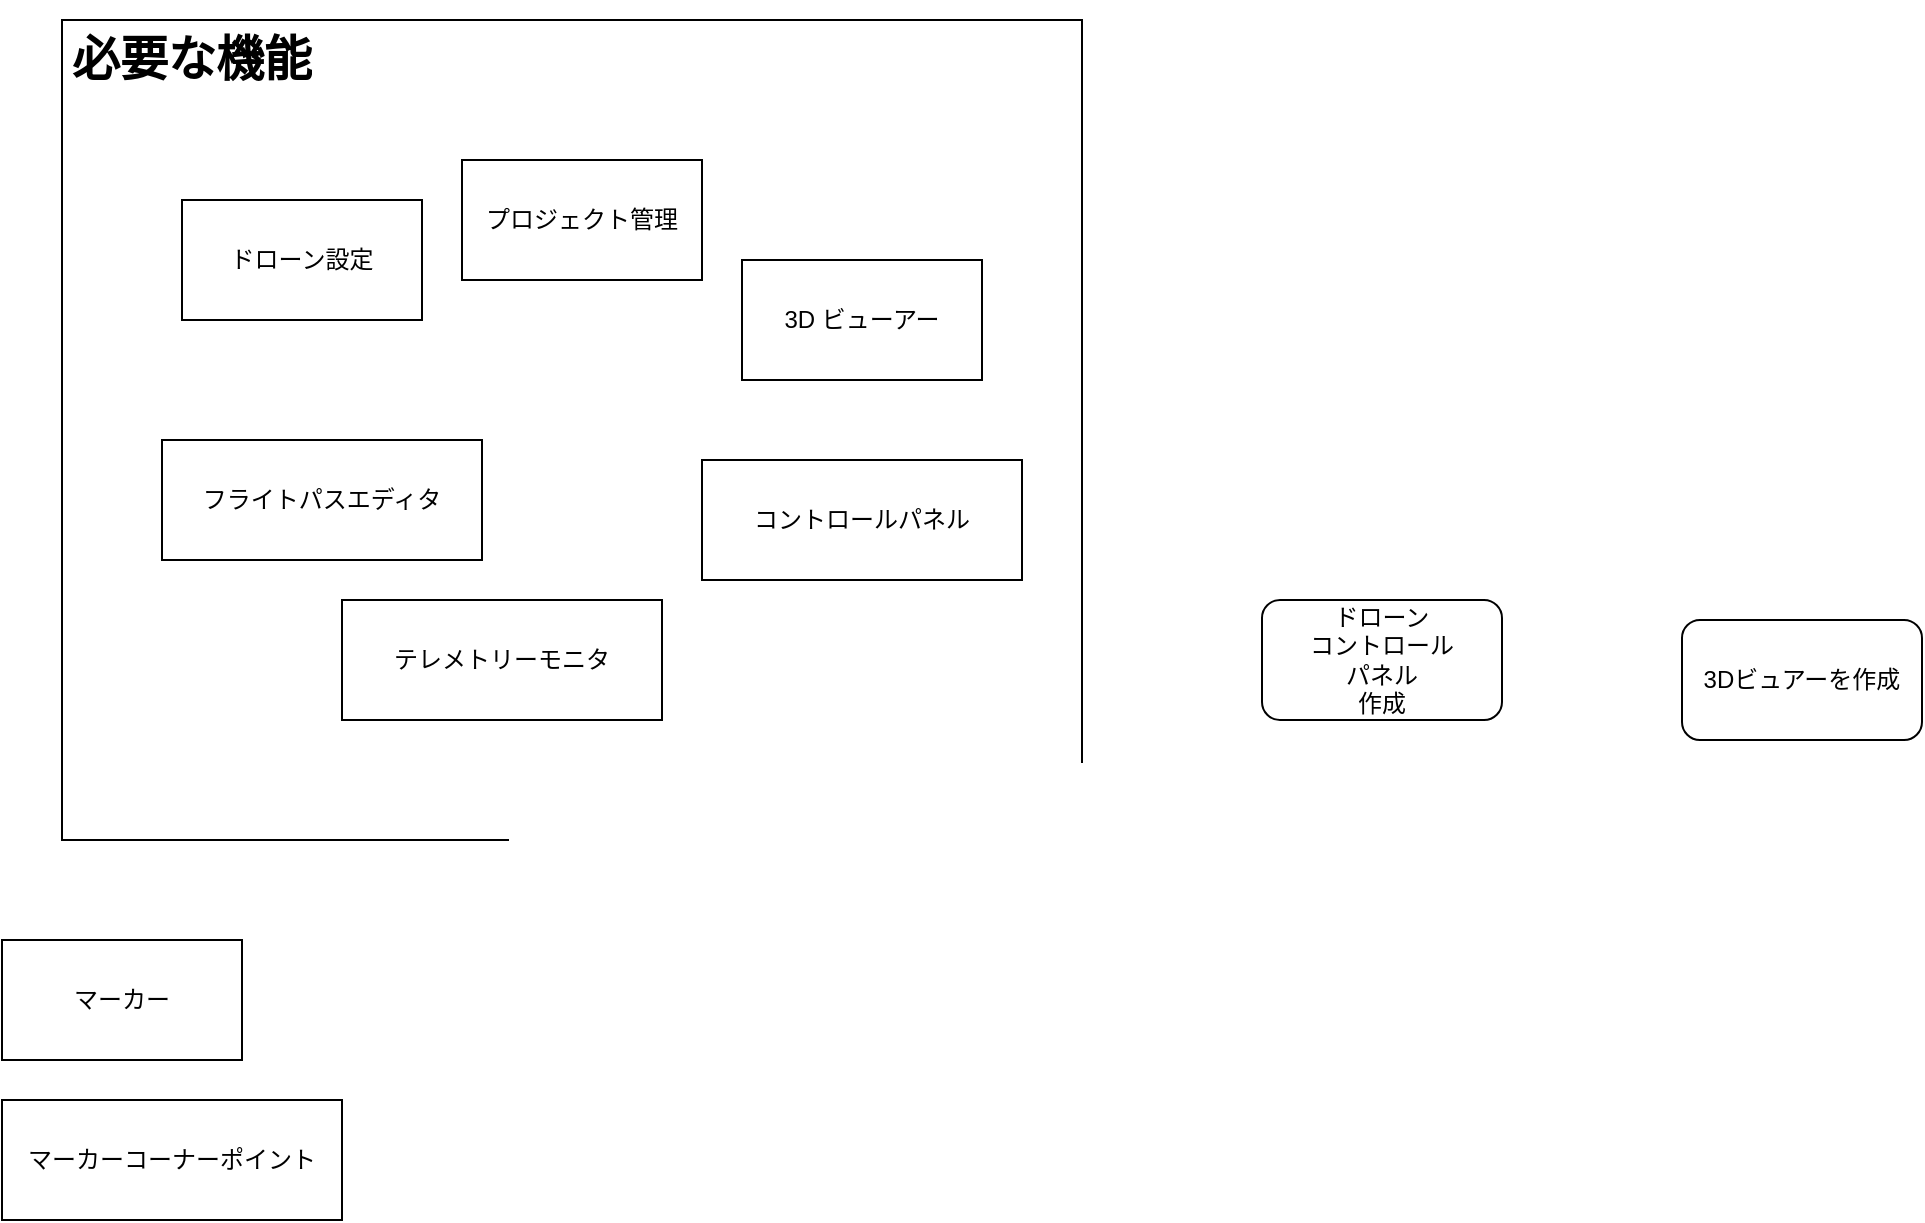
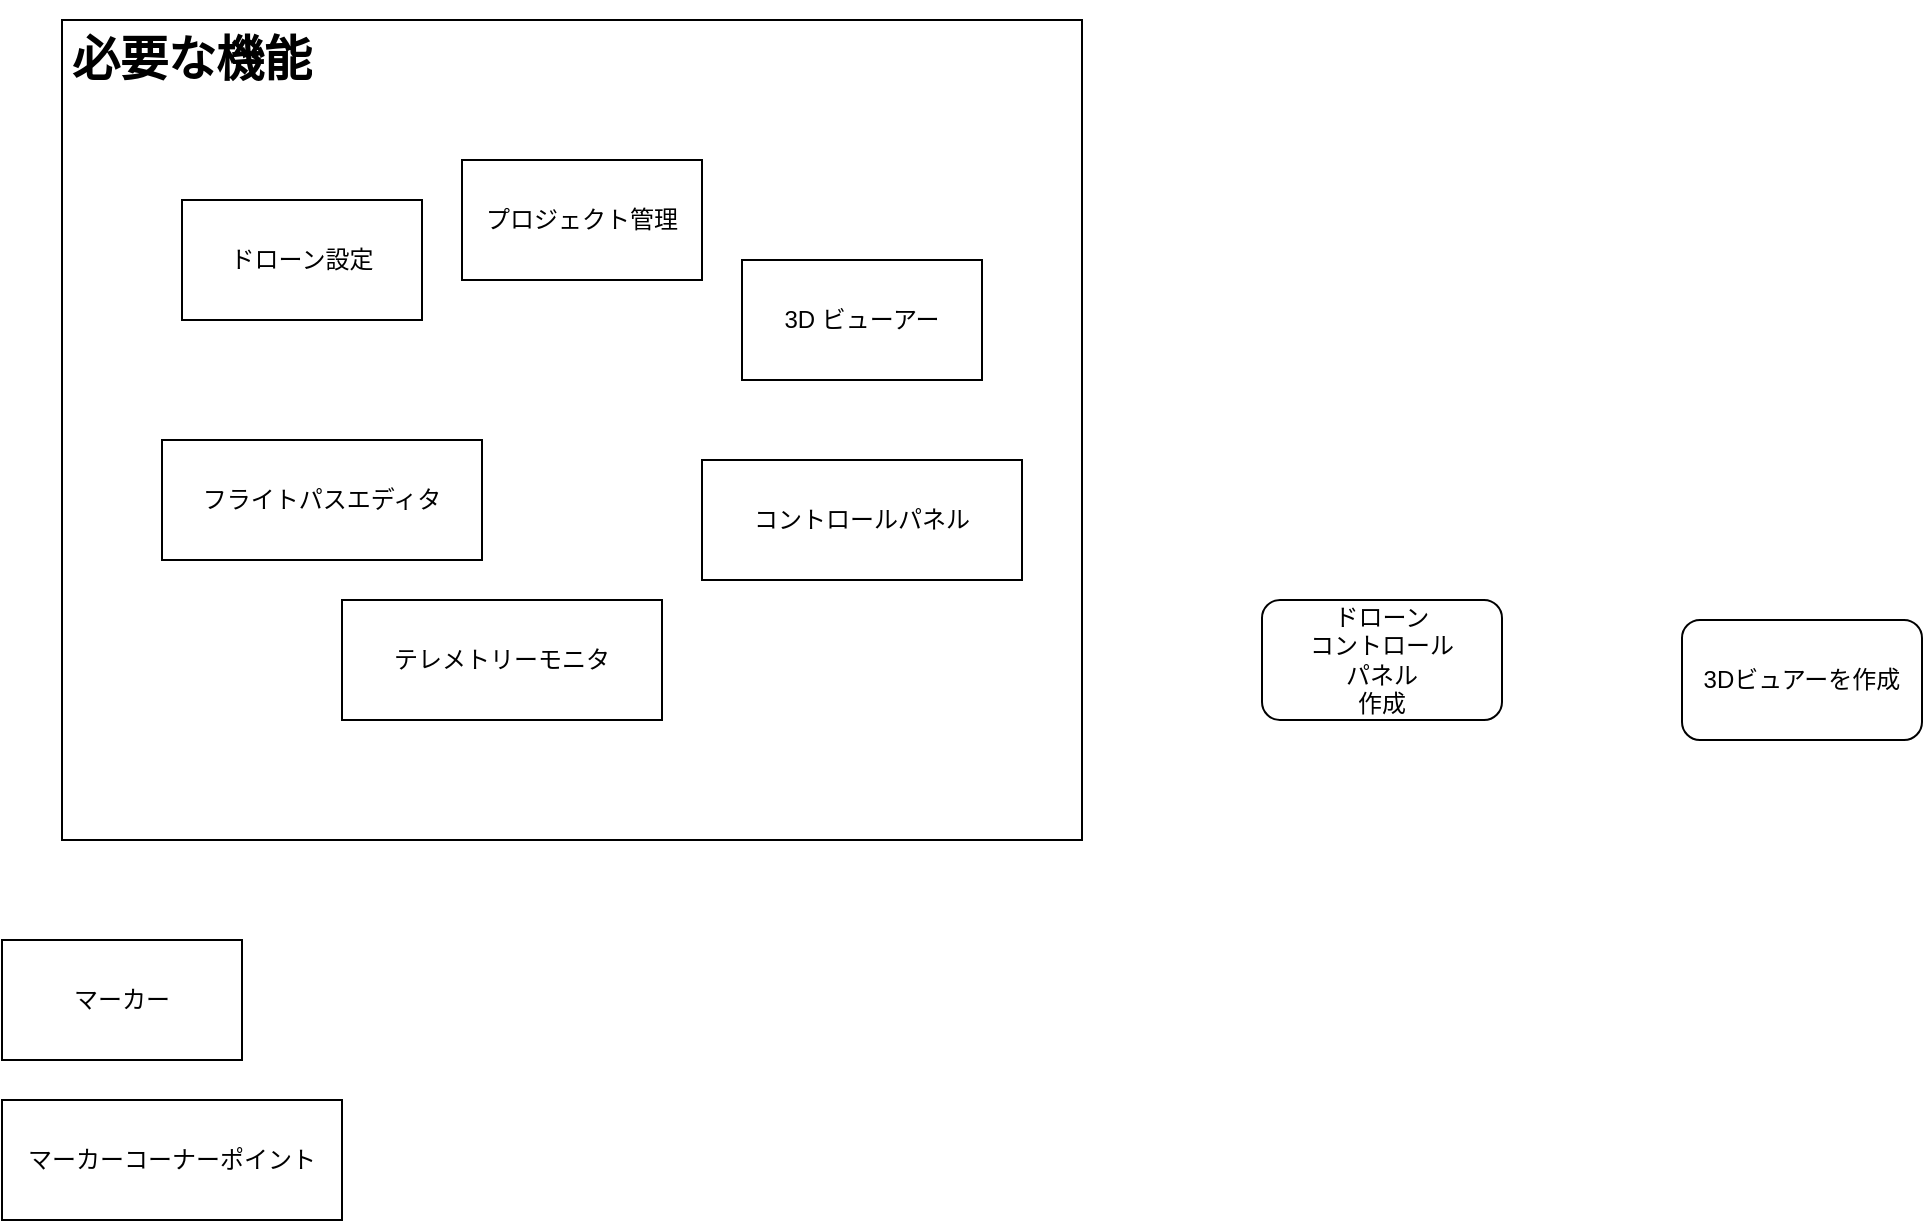
- <mxfile host="Electron" modified="2024-07-23T01:29:13.513Z" agent="Mozilla/5.0 (Windows NT 10.0; Win64; x64) AppleWebKit/537.36 (KHTML, like Gecko) draw.io/22.0.3 Chrome/114.0.5735.289 Electron/25.8.4 Safari/537.36" etag="8AQ8TMb-RU63lSfukQbL" version="22.0.3" type="device" pages="6">
-   <diagram id="qIAXnQp4ejcZ3En0vKtI" name="開発フェーズ">
-     <mxGraphModel dx="954" dy="716" grid="1" gridSize="10" guides="1" tooltips="1" connect="1" arrows="1" fold="1" page="1" pageScale="1" pageWidth="1169" pageHeight="827" math="0" shadow="0">
-       <root>
-         <mxCell id="0" />
-         <mxCell id="1" parent="0" />
-         <mxCell id="H6su-ZvEpCu7qMunxcAP-1" value="3Dビュアーを作成" style="rounded=1;whiteSpace=wrap;html=1;" parent="1" vertex="1">
-           <mxGeometry x="920" y="340" width="120" height="60" as="geometry" />
-         </mxCell>
-         <mxCell id="H6su-ZvEpCu7qMunxcAP-2" value="ドローン&lt;br&gt;コントロール&lt;br&gt;パネル&lt;br&gt;作成" style="rounded=1;whiteSpace=wrap;html=1;" parent="1" vertex="1">
-           <mxGeometry x="710" y="330" width="120" height="60" as="geometry" />
-         </mxCell>
-         <mxCell id="Cj4UUGhquVSb6qy1wkXg-1" value="&lt;h1&gt;必要な機能&lt;/h1&gt;" style="text;html=1;strokeColor=default;fillColor=none;spacing=5;spacingTop=-20;whiteSpace=wrap;overflow=hidden;rounded=0;" parent="1" vertex="1">
-           <mxGeometry x="110" y="40" width="510" height="410" as="geometry" />
-         </mxCell>
-         <mxCell id="Cj4UUGhquVSb6qy1wkXg-3" value="プロジェクト管理" style="rounded=0;whiteSpace=wrap;html=1;" parent="1" vertex="1">
-           <mxGeometry x="310" y="110" width="120" height="60" as="geometry" />
-         </mxCell>
-         <mxCell id="Cj4UUGhquVSb6qy1wkXg-4" value="フライトパスエディタ" style="rounded=0;whiteSpace=wrap;html=1;" parent="1" vertex="1">
-           <mxGeometry x="160" y="250" width="160" height="60" as="geometry" />
-         </mxCell>
-         <mxCell id="Cj4UUGhquVSb6qy1wkXg-5" value="コントロールパネル" style="rounded=0;whiteSpace=wrap;html=1;" parent="1" vertex="1">
-           <mxGeometry x="430" y="260" width="160" height="60" as="geometry" />
-         </mxCell>
-         <mxCell id="Cj4UUGhquVSb6qy1wkXg-6" value="テレメトリーモニタ" style="rounded=0;whiteSpace=wrap;html=1;" parent="1" vertex="1">
-           <mxGeometry x="250" y="330" width="160" height="60" as="geometry" />
-         </mxCell>
-         <mxCell id="3XeIZp7PK6LM1uGF6eY_-1" value="3D ビューアー" style="rounded=0;whiteSpace=wrap;html=1;" parent="1" vertex="1">
-           <mxGeometry x="450" y="160" width="120" height="60" as="geometry" />
-         </mxCell>
-         <mxCell id="3XeIZp7PK6LM1uGF6eY_-2" value="マーカー" style="rounded=0;whiteSpace=wrap;html=1;" parent="1" vertex="1">
-           <mxGeometry x="80" y="500" width="120" height="60" as="geometry" />
-         </mxCell>
-         <mxCell id="3XeIZp7PK6LM1uGF6eY_-3" value="マーカーコーナーポイント" style="rounded=0;whiteSpace=wrap;html=1;" parent="1" vertex="1">
-           <mxGeometry x="80" y="580" width="170" height="60" as="geometry" />
-         </mxCell>
-         <mxCell id="3XeIZp7PK6LM1uGF6eY_-4" value="ドローン設定" style="rounded=0;whiteSpace=wrap;html=1;" parent="1" vertex="1">
-           <mxGeometry x="170" y="130" width="120" height="60" as="geometry" />
-         </mxCell>
-       </root>
-     </mxGraphModel>
-   </diagram>
-   <diagram name="概要" id="KyckfTdw7PnfaO1ii580">
-     <mxGraphModel dx="1418" dy="820" grid="1" gridSize="10" guides="1" tooltips="1" connect="1" arrows="1" fold="1" page="1" pageScale="1" pageWidth="1169" pageHeight="827" math="0" shadow="0">
-       <root>
-         <mxCell id="0" />
-         <mxCell id="1" parent="0" />
-         <mxCell id="j7rAYdMBdVq6ZJVmMPDh-2" value="arco markerの座標と姿勢" style="rounded=1;whiteSpace=wrap;html=1;" parent="1" vertex="1">
-           <mxGeometry x="80" y="90" width="160" height="60" as="geometry" />
-         </mxCell>
-         <mxCell id="j7rAYdMBdVq6ZJVmMPDh-5" value="カメラ" style="rounded=1;whiteSpace=wrap;html=1;" parent="1" vertex="1">
-           <mxGeometry x="80" y="490" width="120" height="60" as="geometry" />
-         </mxCell>
-         <mxCell id="16dW-mc-OxvcpwJw8MpS-1" value="画像" style="rounded=1;whiteSpace=wrap;html=1;" parent="1" vertex="1">
-           <mxGeometry x="280" y="490" width="120" height="60" as="geometry" />
-         </mxCell>
-         <mxCell id="16dW-mc-OxvcpwJw8MpS-2" value="位置推定" style="rounded=1;whiteSpace=wrap;html=1;" parent="1" vertex="1">
-           <mxGeometry x="880" y="650" width="120" height="60" as="geometry" />
-         </mxCell>
-         <mxCell id="16dW-mc-OxvcpwJw8MpS-3" value="PID" style="rounded=1;whiteSpace=wrap;html=1;" parent="1" vertex="1">
-           <mxGeometry x="680" y="490" width="120" height="60" as="geometry" />
-         </mxCell>
-         <mxCell id="16dW-mc-OxvcpwJw8MpS-4" value="出力" style="rounded=1;whiteSpace=wrap;html=1;" parent="1" vertex="1">
-           <mxGeometry x="880" y="490" width="120" height="60" as="geometry" />
-         </mxCell>
-         <mxCell id="16dW-mc-OxvcpwJw8MpS-5" value="" style="rounded=1;whiteSpace=wrap;html=1;" parent="1" vertex="1">
-           <mxGeometry x="80" y="650" width="120" height="60" as="geometry" />
-         </mxCell>
-       </root>
-     </mxGraphModel>
-   </diagram>
-   <diagram id="Tcn5WZPddWgwZxQtCXYK" name="作業フロー">
-     <mxGraphModel dx="1434" dy="854" grid="1" gridSize="10" guides="1" tooltips="1" connect="1" arrows="1" fold="1" page="1" pageScale="1" pageWidth="827" pageHeight="1169" math="0" shadow="0">
-       <root>
-         <mxCell id="0" />
-         <mxCell id="1" parent="0" />
-         <mxCell id="d_vxp0f2NXyuGDoto64T-1" value="アプリ起動" style="rounded=1;whiteSpace=wrap;html=1;" vertex="1" parent="1">
-           <mxGeometry x="360" y="50" width="120" height="60" as="geometry" />
-         </mxCell>
-         <mxCell id="d_vxp0f2NXyuGDoto64T-2" value="プロジェクト選択" style="rounded=1;whiteSpace=wrap;html=1;" vertex="1" parent="1">
-           <mxGeometry x="360" y="340" width="120" height="60" as="geometry" />
-         </mxCell>
-         <mxCell id="d_vxp0f2NXyuGDoto64T-6" value="トップページ&lt;br&gt;プロジェクト単位で作業する。&lt;br&gt;機能&lt;br&gt;・新規プロジェクト作成&lt;br&gt;・プロジェクトリストを管理" style="rounded=0;whiteSpace=wrap;html=1;" vertex="1" parent="1">
-           <mxGeometry x="285" y="150" width="270" height="90" as="geometry" />
-         </mxCell>
-         <mxCell id="d_vxp0f2NXyuGDoto64T-7" value="メイン画面" style="rounded=0;whiteSpace=wrap;html=1;" vertex="1" parent="1">
-           <mxGeometry x="285" y="480" width="270" height="90" as="geometry" />
-         </mxCell>
-         <mxCell id="d_vxp0f2NXyuGDoto64T-8" value="" style="rounded=0;whiteSpace=wrap;html=1;" vertex="1" parent="1">
-           <mxGeometry x="354" y="650" width="120" height="60" as="geometry" />
-         </mxCell>
-         <mxCell id="d_vxp0f2NXyuGDoto64T-9" value="" style="ellipse;whiteSpace=wrap;html=1;" vertex="1" parent="1">
-           <mxGeometry x="70" y="150" width="120" height="80" as="geometry" />
-         </mxCell>
-         <mxCell id="d_vxp0f2NXyuGDoto64T-10" value="まずは設定ファイルを開く&lt;br&gt;projects.json" style="ellipse;shape=cloud;whiteSpace=wrap;html=1;" vertex="1" parent="1">
-           <mxGeometry x="530" y="130" width="270" height="150" as="geometry" />
-         </mxCell>
-       </root>
-     </mxGraphModel>
-   </diagram>
-   <diagram id="RIqdAP7dksvxxY90tU4J" name="プロジェクト設定ファイルについて">
-     <mxGraphModel dx="1418" dy="820" grid="1" gridSize="10" guides="1" tooltips="1" connect="1" arrows="1" fold="1" page="1" pageScale="1" pageWidth="1169" pageHeight="827" math="0" shadow="0">
-       <root>
-         <mxCell id="0" />
-         <mxCell id="1" parent="0" />
-         <mxCell id="WajPUFZ4TExCNZV2W7d7-1" value="基本は単一のjsonファイルに記述する" style="ellipse;whiteSpace=wrap;html=1;" vertex="1" parent="1">
-           <mxGeometry x="560" y="230" width="120" height="80" as="geometry" />
-         </mxCell>
-         <mxCell id="WajPUFZ4TExCNZV2W7d7-2" value="ドローンの設定&lt;br&gt;テンプレートセッティングがあって&lt;br&gt;個々のドローンにそれらを適応させる。&lt;br&gt;（リレーション？？）" style="ellipse;whiteSpace=wrap;html=1;" vertex="1" parent="1">
-           <mxGeometry x="210" y="240" width="270" height="146" as="geometry" />
-         </mxCell>
-         <mxCell id="WajPUFZ4TExCNZV2W7d7-3" value="pc側でドローンの設定を保持するなら&lt;br&gt;ドローン本体に設定を保存しておかなくてもいいのでは？&lt;br&gt;（LAN設定とかはドローンに保存）&lt;br&gt;&lt;br&gt;ドローン電源ON&lt;br&gt;→LAN設定に基づいて接続&lt;br&gt;→PC側から設定を送信&lt;br&gt;ドローン設定反映&lt;br&gt;" style="ellipse;shape=cloud;whiteSpace=wrap;html=1;" vertex="1" parent="1">
-           <mxGeometry x="420" y="360" width="390" height="240" as="geometry" />
-         </mxCell>
-       </root>
-     </mxGraphModel>
-   </diagram>
-   <diagram id="c_F_b3oOgZFOQvehh-HA" name="無線機能">
-     <mxGraphModel dx="2261" dy="854" grid="1" gridSize="10" guides="1" tooltips="1" connect="1" arrows="1" fold="1" page="1" pageScale="1" pageWidth="827" pageHeight="1169" math="0" shadow="0">
-       <root>
-         <mxCell id="0" />
-         <mxCell id="1" parent="0" />
-         <mxCell id="jLdNkaYh1ofzvLQZ450h-4" style="rounded=0;orthogonalLoop=1;jettySize=auto;html=1;exitX=1;exitY=0.5;exitDx=0;exitDy=0;entryX=0;entryY=0.5;entryDx=0;entryDy=0;" parent="1" source="jLdNkaYh1ofzvLQZ450h-2" target="jLdNkaYh1ofzvLQZ450h-3" edge="1">
-           <mxGeometry relative="1" as="geometry" />
-         </mxCell>
-         <mxCell id="jLdNkaYh1ofzvLQZ450h-5" style="rounded=0;orthogonalLoop=1;jettySize=auto;html=1;" parent="1" source="jLdNkaYh1ofzvLQZ450h-2" edge="1">
-           <mxGeometry relative="1" as="geometry">
-             <mxPoint x="140" y="520" as="targetPoint" />
-           </mxGeometry>
-         </mxCell>
-         <mxCell id="jLdNkaYh1ofzvLQZ450h-6" value="timeOut" style="edgeLabel;html=1;align=center;verticalAlign=middle;resizable=0;points=[];" parent="jLdNkaYh1ofzvLQZ450h-5" vertex="1" connectable="0">
-           <mxGeometry x="0.0235" y="1" relative="1" as="geometry">
-             <mxPoint as="offset" />
-           </mxGeometry>
-         </mxCell>
-         <mxCell id="jLdNkaYh1ofzvLQZ450h-2" value="getTelemetry" style="rounded=0;whiteSpace=wrap;html=1;" parent="1" vertex="1">
-           <mxGeometry x="80" y="290" width="120" height="60" as="geometry" />
-         </mxCell>
-         <mxCell id="jLdNkaYh1ofzvLQZ450h-7" style="rounded=0;orthogonalLoop=1;jettySize=auto;html=1;exitX=0;exitY=0.5;exitDx=0;exitDy=0;" parent="1" source="jLdNkaYh1ofzvLQZ450h-3" edge="1">
-           <mxGeometry relative="1" as="geometry">
-             <mxPoint x="160" y="520" as="targetPoint" />
-           </mxGeometry>
-         </mxCell>
-         <mxCell id="jLdNkaYh1ofzvLQZ450h-3" value="sendTelemetry" style="rounded=0;whiteSpace=wrap;html=1;" parent="1" vertex="1">
-           <mxGeometry x="480" y="330" width="120" height="60" as="geometry" />
-         </mxCell>
-         <mxCell id="jLdNkaYh1ofzvLQZ450h-9" value="送信データ" style="swimlane;fontStyle=0;childLayout=stackLayout;horizontal=1;startSize=30;horizontalStack=0;resizeParent=1;resizeParentMax=0;resizeLast=0;collapsible=1;marginBottom=0;whiteSpace=wrap;html=1;" parent="1" vertex="1">
-           <mxGeometry x="470" y="430" width="140" height="120" as="geometry" />
-         </mxCell>
-         <mxCell id="jLdNkaYh1ofzvLQZ450h-10" value="状態（arm or disarm )" style="text;strokeColor=none;fillColor=none;align=left;verticalAlign=middle;spacingLeft=4;spacingRight=4;overflow=hidden;points=[[0,0.5],[1,0.5]];portConstraint=eastwest;rotatable=0;whiteSpace=wrap;html=1;" parent="jLdNkaYh1ofzvLQZ450h-9" vertex="1">
-           <mxGeometry y="30" width="140" height="30" as="geometry" />
-         </mxCell>
-         <mxCell id="jLdNkaYh1ofzvLQZ450h-11" value="pos, rot" style="text;strokeColor=none;fillColor=none;align=left;verticalAlign=middle;spacingLeft=4;spacingRight=4;overflow=hidden;points=[[0,0.5],[1,0.5]];portConstraint=eastwest;rotatable=0;whiteSpace=wrap;html=1;" parent="jLdNkaYh1ofzvLQZ450h-9" vertex="1">
-           <mxGeometry y="60" width="140" height="30" as="geometry" />
-         </mxCell>
-         <mxCell id="jLdNkaYh1ofzvLQZ450h-12" value="電圧" style="text;strokeColor=none;fillColor=none;align=left;verticalAlign=middle;spacingLeft=4;spacingRight=4;overflow=hidden;points=[[0,0.5],[1,0.5]];portConstraint=eastwest;rotatable=0;whiteSpace=wrap;html=1;" parent="jLdNkaYh1ofzvLQZ450h-9" vertex="1">
-           <mxGeometry y="90" width="140" height="30" as="geometry" />
-         </mxCell>
-         <mxCell id="jLdNkaYh1ofzvLQZ450h-13" value="ブロードチャストは使わない" style="ellipse;shape=cloud;whiteSpace=wrap;html=1;fillColor=#fff2cc;strokeColor=#d6b656;" parent="1" vertex="1">
-           <mxGeometry x="200" y="110" width="240" height="140" as="geometry" />
-         </mxCell>
-         <mxCell id="jLdNkaYh1ofzvLQZ450h-14" value="常に疎通確認でデータを送信し続ける" style="ellipse;shape=cloud;whiteSpace=wrap;html=1;" parent="1" vertex="1">
-           <mxGeometry x="70" y="620" width="340" height="100" as="geometry" />
-         </mxCell>
-         <mxCell id="jLdNkaYh1ofzvLQZ450h-17" style="edgeStyle=none;rounded=0;orthogonalLoop=1;jettySize=auto;html=1;" parent="1" source="jLdNkaYh1ofzvLQZ450h-16" target="jLdNkaYh1ofzvLQZ450h-16" edge="1">
-           <mxGeometry relative="1" as="geometry">
-             <mxPoint x="-140" y="390" as="targetPoint" />
-             <Array as="points">
-               <mxPoint x="-100" y="200" />
-               <mxPoint x="-240" y="200" />
-               <mxPoint x="-240" y="440" />
-               <mxPoint x="-100" y="440" />
-             </Array>
-           </mxGeometry>
-         </mxCell>
-         <mxCell id="jLdNkaYh1ofzvLQZ450h-16" value="send packet" style="rounded=1;whiteSpace=wrap;html=1;" parent="1" vertex="1">
-           <mxGeometry x="-160" y="290" width="120" height="60" as="geometry" />
-         </mxCell>
-         <mxCell id="iXVUfR2Xqa2WoX3dl15x-1" value="armしているときは待機時間を設けない&lt;br&gt;disarm中は待機時間を設ける" style="ellipse;shape=cloud;whiteSpace=wrap;html=1;" vertex="1" parent="1">
-           <mxGeometry x="20" y="770" width="290" height="110" as="geometry" />
-         </mxCell>
-       </root>
-     </mxGraphModel>
-   </diagram>
-   <diagram id="N5s62esSDteNDklSWAZW" name="ネットワーク構成図">
-     <mxGraphModel dx="954" dy="716" grid="1" gridSize="10" guides="1" tooltips="1" connect="1" arrows="1" fold="1" page="1" pageScale="1" pageWidth="1169" pageHeight="827" math="0" shadow="0">
-       <root>
-         <mxCell id="0" />
-         <mxCell id="1" parent="0" />
-         <mxCell id="q_ZOyNKvzfV_Z1SOqfHZ-1" value="&lt;h1&gt;&lt;br&gt;&lt;/h1&gt;" style="text;html=1;strokeColor=default;fillColor=default;spacing=5;spacingTop=-20;whiteSpace=wrap;overflow=hidden;rounded=0;" vertex="1" parent="1">
-           <mxGeometry x="190" y="110" width="190" height="120" as="geometry" />
-         </mxCell>
-       </root>
-     </mxGraphModel>
-   </diagram>
- </mxfile>
+ <mxfile host="Electron" modified="2024-09-09T15:57:25.365Z" agent="5.0 (Macintosh; Intel Mac OS X 10_15_7) AppleWebKit/537.36 (KHTML, like Gecko) draw.io/20.8.16 Chrome/106.0.5249.199 Electron/21.4.0 Safari/537.36" etag="mNz90QcMjtK9zS5min0G" version="20.8.16" type="device" pages="6"><diagram id="qIAXnQp4ejcZ3En0vKtI" name="開発フェーズ"><mxGraphModel dx="1434" dy="854" grid="1" gridSize="10" guides="1" tooltips="1" connect="1" arrows="1" fold="1" page="1" pageScale="1" pageWidth="1169" pageHeight="827" math="0" shadow="0"><root><mxCell id="0"/><mxCell id="1" parent="0"/><mxCell id="H6su-ZvEpCu7qMunxcAP-1" value="3Dビュアーを作成" style="rounded=1;whiteSpace=wrap;html=1;" parent="1" vertex="1"><mxGeometry x="920" y="340" width="120" height="60" as="geometry"/></mxCell><mxCell id="H6su-ZvEpCu7qMunxcAP-2" value="ドローン&lt;br&gt;コントロール&lt;br&gt;パネル&lt;br&gt;作成" style="rounded=1;whiteSpace=wrap;html=1;" parent="1" vertex="1"><mxGeometry x="710" y="330" width="120" height="60" as="geometry"/></mxCell><mxCell id="Cj4UUGhquVSb6qy1wkXg-1" value="&lt;h1&gt;必要な機能&lt;/h1&gt;" style="text;html=1;strokeColor=default;fillColor=none;spacing=5;spacingTop=-20;whiteSpace=wrap;overflow=hidden;rounded=0;" parent="1" vertex="1"><mxGeometry x="110" y="40" width="510" height="410" as="geometry"/></mxCell><mxCell id="Cj4UUGhquVSb6qy1wkXg-3" value="プロジェクト管理" style="rounded=0;whiteSpace=wrap;html=1;" parent="1" vertex="1"><mxGeometry x="310" y="110" width="120" height="60" as="geometry"/></mxCell><mxCell id="Cj4UUGhquVSb6qy1wkXg-4" value="フライトパスエディタ" style="rounded=0;whiteSpace=wrap;html=1;" parent="1" vertex="1"><mxGeometry x="160" y="250" width="160" height="60" as="geometry"/></mxCell><mxCell id="Cj4UUGhquVSb6qy1wkXg-5" value="コントロールパネル" style="rounded=0;whiteSpace=wrap;html=1;" parent="1" vertex="1"><mxGeometry x="430" y="260" width="160" height="60" as="geometry"/></mxCell><mxCell id="Cj4UUGhquVSb6qy1wkXg-6" value="テレメトリーモニタ" style="rounded=0;whiteSpace=wrap;html=1;" parent="1" vertex="1"><mxGeometry x="250" y="330" width="160" height="60" as="geometry"/></mxCell><mxCell id="3XeIZp7PK6LM1uGF6eY_-1" value="3D ビューアー" style="rounded=0;whiteSpace=wrap;html=1;" parent="1" vertex="1"><mxGeometry x="450" y="160" width="120" height="60" as="geometry"/></mxCell><mxCell id="3XeIZp7PK6LM1uGF6eY_-2" value="マーカー" style="rounded=0;whiteSpace=wrap;html=1;" parent="1" vertex="1"><mxGeometry x="80" y="500" width="120" height="60" as="geometry"/></mxCell><mxCell id="3XeIZp7PK6LM1uGF6eY_-3" value="マーカーコーナーポイント" style="rounded=0;whiteSpace=wrap;html=1;" parent="1" vertex="1"><mxGeometry x="80" y="580" width="170" height="60" as="geometry"/></mxCell><mxCell id="3XeIZp7PK6LM1uGF6eY_-4" value="ドローン設定" style="rounded=0;whiteSpace=wrap;html=1;" parent="1" vertex="1"><mxGeometry x="170" y="130" width="120" height="60" as="geometry"/></mxCell></root></mxGraphModel></diagram><diagram name="概要" id="KyckfTdw7PnfaO1ii580"><mxGraphModel dx="1418" dy="820" grid="1" gridSize="10" guides="1" tooltips="1" connect="1" arrows="1" fold="1" page="1" pageScale="1" pageWidth="1169" pageHeight="827" math="0" shadow="0">&#xa;      <root>&#xa;        <mxCell id="0"/>&#xa;        <mxCell id="1" parent="0"/>&#xa;        <mxCell id="j7rAYdMBdVq6ZJVmMPDh-2" value="arco markerの座標と姿勢" style="rounded=1;whiteSpace=wrap;html=1;" parent="1" vertex="1">&#xa;          <mxGeometry x="80" y="90" width="160" height="60" as="geometry"/>&#xa;        </mxCell>&#xa;        <mxCell id="j7rAYdMBdVq6ZJVmMPDh-5" value="カメラ" style="rounded=1;whiteSpace=wrap;html=1;" parent="1" vertex="1">&#xa;          <mxGeometry x="80" y="490" width="120" height="60" as="geometry"/>&#xa;        </mxCell>&#xa;        <mxCell id="16dW-mc-OxvcpwJw8MpS-1" value="画像" style="rounded=1;whiteSpace=wrap;html=1;" parent="1" vertex="1">&#xa;          <mxGeometry x="280" y="490" width="120" height="60" as="geometry"/>&#xa;        </mxCell>&#xa;        <mxCell id="16dW-mc-OxvcpwJw8MpS-2" value="位置推定" style="rounded=1;whiteSpace=wrap;html=1;" parent="1" vertex="1">&#xa;          <mxGeometry x="880" y="650" width="120" height="60" as="geometry"/>&#xa;        </mxCell>&#xa;        <mxCell id="16dW-mc-OxvcpwJw8MpS-3" value="PID" style="rounded=1;whiteSpace=wrap;html=1;" parent="1" vertex="1">&#xa;          <mxGeometry x="680" y="490" width="120" height="60" as="geometry"/>&#xa;        </mxCell>&#xa;        <mxCell id="16dW-mc-OxvcpwJw8MpS-4" value="出力" style="rounded=1;whiteSpace=wrap;html=1;" parent="1" vertex="1">&#xa;          <mxGeometry x="880" y="490" width="120" height="60" as="geometry"/>&#xa;        </mxCell>&#xa;        <mxCell id="16dW-mc-OxvcpwJw8MpS-5" value="" style="rounded=1;whiteSpace=wrap;html=1;" parent="1" vertex="1">&#xa;          <mxGeometry x="80" y="650" width="120" height="60" as="geometry"/>&#xa;        </mxCell>&#xa;      </root>&#xa;    </mxGraphModel></diagram><diagram id="Tcn5WZPddWgwZxQtCXYK" name="作業フロー"><mxGraphModel dx="1434" dy="854" grid="1" gridSize="10" guides="1" tooltips="1" connect="1" arrows="1" fold="1" page="1" pageScale="1" pageWidth="827" pageHeight="1169" math="0" shadow="0">&#xa;      <root>&#xa;        <mxCell id="0"/>&#xa;        <mxCell id="1" parent="0"/>&#xa;        <mxCell id="d_vxp0f2NXyuGDoto64T-1" value="アプリ起動" style="rounded=1;whiteSpace=wrap;html=1;" vertex="1" parent="1">&#xa;          <mxGeometry x="360" y="50" width="120" height="60" as="geometry"/>&#xa;        </mxCell>&#xa;        <mxCell id="d_vxp0f2NXyuGDoto64T-2" value="プロジェクト選択" style="rounded=1;whiteSpace=wrap;html=1;" vertex="1" parent="1">&#xa;          <mxGeometry x="360" y="340" width="120" height="60" as="geometry"/>&#xa;        </mxCell>&#xa;        <mxCell id="d_vxp0f2NXyuGDoto64T-6" value="トップページ&lt;br&gt;プロジェクト単位で作業する。&lt;br&gt;機能&lt;br&gt;・新規プロジェクト作成&lt;br&gt;・プロジェクトリストを管理" style="rounded=0;whiteSpace=wrap;html=1;" vertex="1" parent="1">&#xa;          <mxGeometry x="285" y="150" width="270" height="90" as="geometry"/>&#xa;        </mxCell>&#xa;        <mxCell id="d_vxp0f2NXyuGDoto64T-7" value="メイン画面" style="rounded=0;whiteSpace=wrap;html=1;" vertex="1" parent="1">&#xa;          <mxGeometry x="285" y="480" width="270" height="90" as="geometry"/>&#xa;        </mxCell>&#xa;        <mxCell id="d_vxp0f2NXyuGDoto64T-8" value="" style="rounded=0;whiteSpace=wrap;html=1;" vertex="1" parent="1">&#xa;          <mxGeometry x="354" y="650" width="120" height="60" as="geometry"/>&#xa;        </mxCell>&#xa;        <mxCell id="d_vxp0f2NXyuGDoto64T-9" value="" style="ellipse;whiteSpace=wrap;html=1;" vertex="1" parent="1">&#xa;          <mxGeometry x="70" y="150" width="120" height="80" as="geometry"/>&#xa;        </mxCell>&#xa;        <mxCell id="d_vxp0f2NXyuGDoto64T-10" value="まずは設定ファイルを開く&lt;br&gt;projects.json" style="ellipse;shape=cloud;whiteSpace=wrap;html=1;" vertex="1" parent="1">&#xa;          <mxGeometry x="530" y="130" width="270" height="150" as="geometry"/>&#xa;        </mxCell>&#xa;      </root>&#xa;    </mxGraphModel></diagram><diagram id="RIqdAP7dksvxxY90tU4J" name="プロジェクト設定ファイルについて"><mxGraphModel dx="1418" dy="820" grid="1" gridSize="10" guides="1" tooltips="1" connect="1" arrows="1" fold="1" page="1" pageScale="1" pageWidth="1169" pageHeight="827" math="0" shadow="0">&#xa;      <root>&#xa;        <mxCell id="0"/>&#xa;        <mxCell id="1" parent="0"/>&#xa;        <mxCell id="WajPUFZ4TExCNZV2W7d7-1" value="基本は単一のjsonファイルに記述する" style="ellipse;whiteSpace=wrap;html=1;" vertex="1" parent="1">&#xa;          <mxGeometry x="560" y="230" width="120" height="80" as="geometry"/>&#xa;        </mxCell>&#xa;        <mxCell id="WajPUFZ4TExCNZV2W7d7-2" value="ドローンの設定&lt;br&gt;テンプレートセッティングがあって&lt;br&gt;個々のドローンにそれらを適応させる。&lt;br&gt;（リレーション？？）" style="ellipse;whiteSpace=wrap;html=1;" vertex="1" parent="1">&#xa;          <mxGeometry x="210" y="240" width="270" height="146" as="geometry"/>&#xa;        </mxCell>&#xa;        <mxCell id="WajPUFZ4TExCNZV2W7d7-3" value="pc側でドローンの設定を保持するなら&lt;br&gt;ドローン本体に設定を保存しておかなくてもいいのでは？&lt;br&gt;（LAN設定とかはドローンに保存）&lt;br&gt;&lt;br&gt;ドローン電源ON&lt;br&gt;→LAN設定に基づいて接続&lt;br&gt;→PC側から設定を送信&lt;br&gt;ドローン設定反映&lt;br&gt;" style="ellipse;shape=cloud;whiteSpace=wrap;html=1;" vertex="1" parent="1">&#xa;          <mxGeometry x="420" y="360" width="390" height="240" as="geometry"/>&#xa;        </mxCell>&#xa;      </root>&#xa;    </mxGraphModel></diagram><diagram id="c_F_b3oOgZFOQvehh-HA" name="無線機能"><mxGraphModel dx="2261" dy="854" grid="1" gridSize="10" guides="1" tooltips="1" connect="1" arrows="1" fold="1" page="1" pageScale="1" pageWidth="827" pageHeight="1169" math="0" shadow="0">&#xa;      <root>&#xa;        <mxCell id="0"/>&#xa;        <mxCell id="1" parent="0"/>&#xa;        <mxCell id="jLdNkaYh1ofzvLQZ450h-4" style="rounded=0;orthogonalLoop=1;jettySize=auto;html=1;exitX=1;exitY=0.5;exitDx=0;exitDy=0;entryX=0;entryY=0.5;entryDx=0;entryDy=0;" parent="1" source="jLdNkaYh1ofzvLQZ450h-2" target="jLdNkaYh1ofzvLQZ450h-3" edge="1">&#xa;          <mxGeometry relative="1" as="geometry"/>&#xa;        </mxCell>&#xa;        <mxCell id="jLdNkaYh1ofzvLQZ450h-5" style="rounded=0;orthogonalLoop=1;jettySize=auto;html=1;" parent="1" source="jLdNkaYh1ofzvLQZ450h-2" edge="1">&#xa;          <mxGeometry relative="1" as="geometry">&#xa;            <mxPoint x="140" y="520" as="targetPoint"/>&#xa;          </mxGeometry>&#xa;        </mxCell>&#xa;        <mxCell id="jLdNkaYh1ofzvLQZ450h-6" value="timeOut" style="edgeLabel;html=1;align=center;verticalAlign=middle;resizable=0;points=[];" parent="jLdNkaYh1ofzvLQZ450h-5" vertex="1" connectable="0">&#xa;          <mxGeometry x="0.0235" y="1" relative="1" as="geometry">&#xa;            <mxPoint as="offset"/>&#xa;          </mxGeometry>&#xa;        </mxCell>&#xa;        <mxCell id="jLdNkaYh1ofzvLQZ450h-2" value="getTelemetry" style="rounded=0;whiteSpace=wrap;html=1;" parent="1" vertex="1">&#xa;          <mxGeometry x="80" y="290" width="120" height="60" as="geometry"/>&#xa;        </mxCell>&#xa;        <mxCell id="jLdNkaYh1ofzvLQZ450h-7" style="rounded=0;orthogonalLoop=1;jettySize=auto;html=1;exitX=0;exitY=0.5;exitDx=0;exitDy=0;" parent="1" source="jLdNkaYh1ofzvLQZ450h-3" edge="1">&#xa;          <mxGeometry relative="1" as="geometry">&#xa;            <mxPoint x="160" y="520" as="targetPoint"/>&#xa;          </mxGeometry>&#xa;        </mxCell>&#xa;        <mxCell id="jLdNkaYh1ofzvLQZ450h-3" value="sendTelemetry" style="rounded=0;whiteSpace=wrap;html=1;" parent="1" vertex="1">&#xa;          <mxGeometry x="480" y="330" width="120" height="60" as="geometry"/>&#xa;        </mxCell>&#xa;        <mxCell id="jLdNkaYh1ofzvLQZ450h-9" value="送信データ" style="swimlane;fontStyle=0;childLayout=stackLayout;horizontal=1;startSize=30;horizontalStack=0;resizeParent=1;resizeParentMax=0;resizeLast=0;collapsible=1;marginBottom=0;whiteSpace=wrap;html=1;" parent="1" vertex="1">&#xa;          <mxGeometry x="470" y="430" width="140" height="120" as="geometry"/>&#xa;        </mxCell>&#xa;        <mxCell id="jLdNkaYh1ofzvLQZ450h-10" value="状態（arm or disarm )" style="text;strokeColor=none;fillColor=none;align=left;verticalAlign=middle;spacingLeft=4;spacingRight=4;overflow=hidden;points=[[0,0.5],[1,0.5]];portConstraint=eastwest;rotatable=0;whiteSpace=wrap;html=1;" parent="jLdNkaYh1ofzvLQZ450h-9" vertex="1">&#xa;          <mxGeometry y="30" width="140" height="30" as="geometry"/>&#xa;        </mxCell>&#xa;        <mxCell id="jLdNkaYh1ofzvLQZ450h-11" value="pos, rot" style="text;strokeColor=none;fillColor=none;align=left;verticalAlign=middle;spacingLeft=4;spacingRight=4;overflow=hidden;points=[[0,0.5],[1,0.5]];portConstraint=eastwest;rotatable=0;whiteSpace=wrap;html=1;" parent="jLdNkaYh1ofzvLQZ450h-9" vertex="1">&#xa;          <mxGeometry y="60" width="140" height="30" as="geometry"/>&#xa;        </mxCell>&#xa;        <mxCell id="jLdNkaYh1ofzvLQZ450h-12" value="電圧" style="text;strokeColor=none;fillColor=none;align=left;verticalAlign=middle;spacingLeft=4;spacingRight=4;overflow=hidden;points=[[0,0.5],[1,0.5]];portConstraint=eastwest;rotatable=0;whiteSpace=wrap;html=1;" parent="jLdNkaYh1ofzvLQZ450h-9" vertex="1">&#xa;          <mxGeometry y="90" width="140" height="30" as="geometry"/>&#xa;        </mxCell>&#xa;        <mxCell id="jLdNkaYh1ofzvLQZ450h-13" value="ブロードチャストは使わない" style="ellipse;shape=cloud;whiteSpace=wrap;html=1;fillColor=#fff2cc;strokeColor=#d6b656;" parent="1" vertex="1">&#xa;          <mxGeometry x="200" y="110" width="240" height="140" as="geometry"/>&#xa;        </mxCell>&#xa;        <mxCell id="jLdNkaYh1ofzvLQZ450h-14" value="常に疎通確認でデータを送信し続ける" style="ellipse;shape=cloud;whiteSpace=wrap;html=1;" parent="1" vertex="1">&#xa;          <mxGeometry x="70" y="620" width="340" height="100" as="geometry"/>&#xa;        </mxCell>&#xa;        <mxCell id="jLdNkaYh1ofzvLQZ450h-17" style="edgeStyle=none;rounded=0;orthogonalLoop=1;jettySize=auto;html=1;" parent="1" source="jLdNkaYh1ofzvLQZ450h-16" target="jLdNkaYh1ofzvLQZ450h-16" edge="1">&#xa;          <mxGeometry relative="1" as="geometry">&#xa;            <mxPoint x="-140" y="390" as="targetPoint"/>&#xa;            <Array as="points">&#xa;              <mxPoint x="-100" y="200"/>&#xa;              <mxPoint x="-240" y="200"/>&#xa;              <mxPoint x="-240" y="440"/>&#xa;              <mxPoint x="-100" y="440"/>&#xa;            </Array>&#xa;          </mxGeometry>&#xa;        </mxCell>&#xa;        <mxCell id="jLdNkaYh1ofzvLQZ450h-16" value="send packet" style="rounded=1;whiteSpace=wrap;html=1;" parent="1" vertex="1">&#xa;          <mxGeometry x="-160" y="290" width="120" height="60" as="geometry"/>&#xa;        </mxCell>&#xa;        <mxCell id="iXVUfR2Xqa2WoX3dl15x-1" value="armしているときは待機時間を設けない&lt;br&gt;disarm中は待機時間を設ける" style="ellipse;shape=cloud;whiteSpace=wrap;html=1;" vertex="1" parent="1">&#xa;          <mxGeometry x="20" y="770" width="290" height="110" as="geometry"/>&#xa;        </mxCell>&#xa;      </root>&#xa;    </mxGraphModel></diagram><diagram id="N5s62esSDteNDklSWAZW" name="ネットワーク構成図"><mxGraphModel dx="1434" dy="854" grid="1" gridSize="10" guides="1" tooltips="1" connect="1" arrows="1" fold="1" page="1" pageScale="1" pageWidth="1169" pageHeight="827" math="0" shadow="0"><root><mxCell id="0"/><mxCell id="1" parent="0"/><mxCell id="q_ZOyNKvzfV_Z1SOqfHZ-1" value="&lt;h1&gt;&lt;br&gt;&lt;/h1&gt;" style="text;html=1;strokeColor=default;fillColor=default;spacing=5;spacingTop=-20;whiteSpace=wrap;overflow=hidden;rounded=0;" parent="1" vertex="1"><mxGeometry x="190" y="110" width="190" height="120" as="geometry"/></mxCell></root></mxGraphModel></diagram></mxfile>